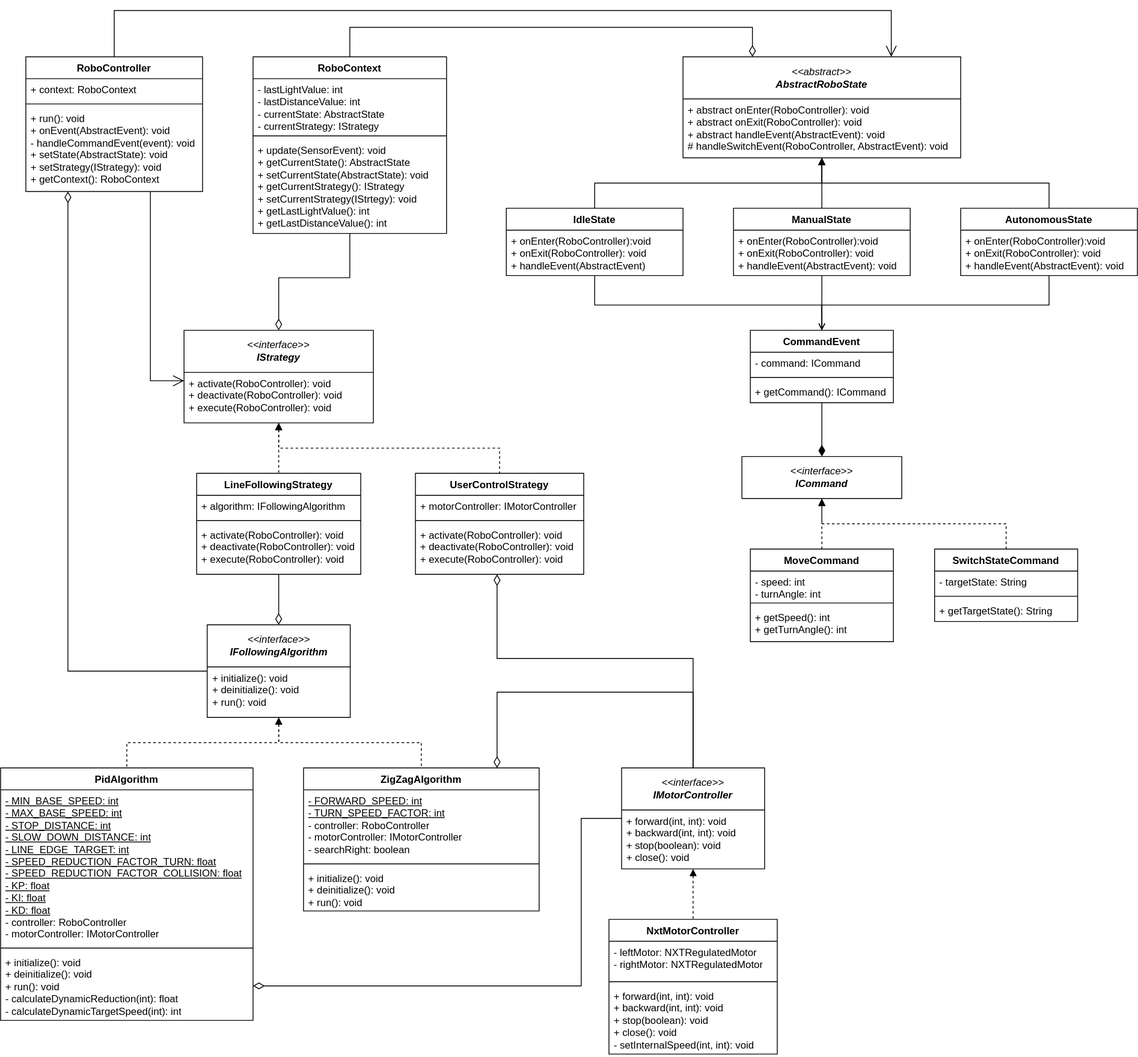
The draw.io diagram assets/diagrams/class-diagram/states-class-diagram.drawio.svg in fh-dualies/lejos-nxj-autonomous-robot, before a commit. Source tidied: cells renumbered, new cells last; positions are measured from the earlier drawing's top-left corner, leaving out a move shared by most shapes.
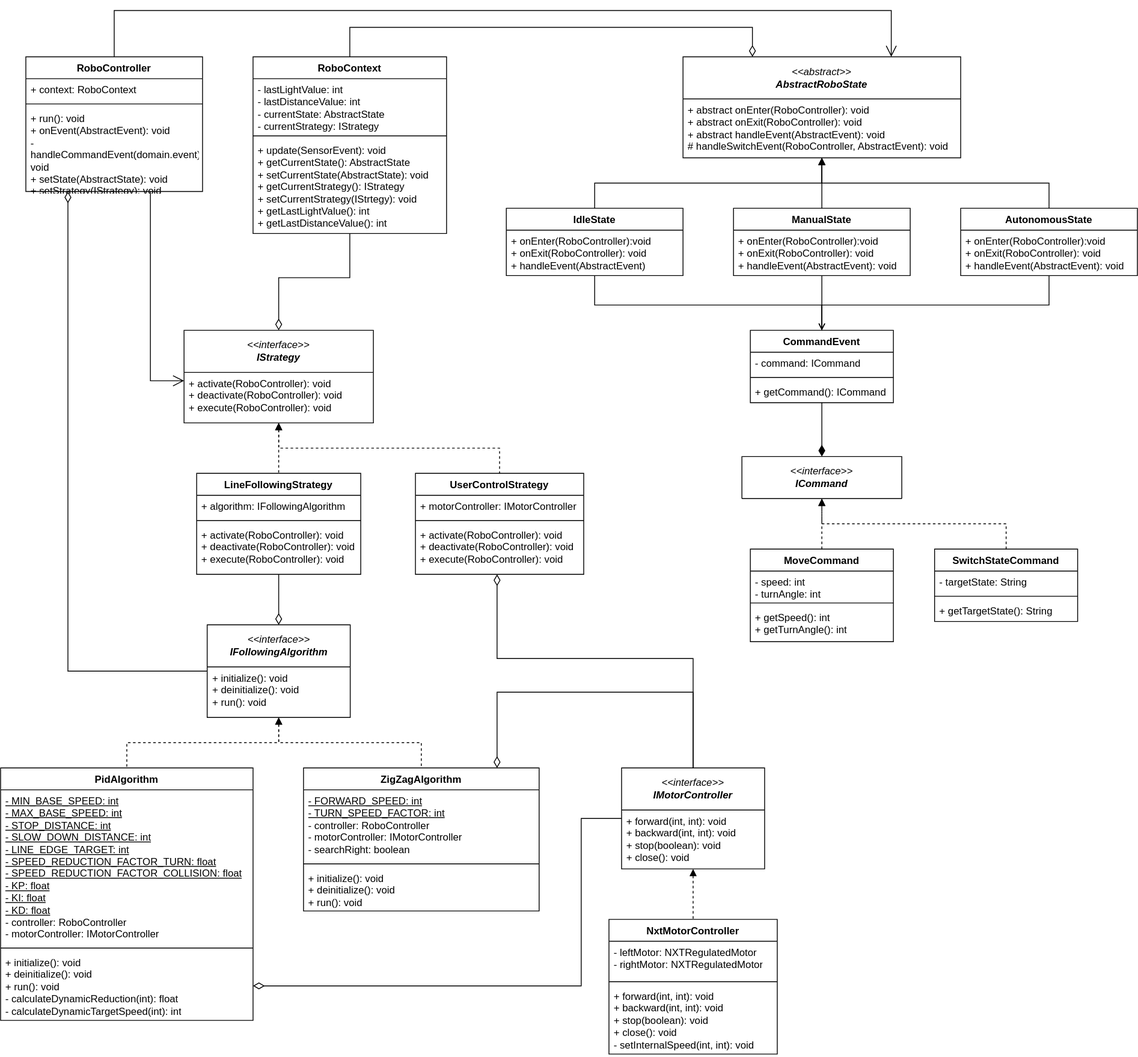
Above is the later version.

What changed in the source:
```diff
@@ -131,7 +131,7 @@
     <mxCell id="36" style="line;strokeWidth=1;fillColor=none;align=left;verticalAlign=middle;spacingTop=-1;spacingLeft=3;spacingRight=3;labelPosition=right;strokeColor=inherit;" parent="34" vertex="1">
       <mxGeometry y="52" width="210" height="8" as="geometry" />
     </mxCell>
-    <mxCell id="37" value="+ run(): void&lt;div&gt;+ onEvent(AbstractEvent): void&lt;/div&gt;&lt;div&gt;- handleCommandEvent(event): void&lt;/div&gt;&lt;div&gt;+ setState(AbstractState): void&lt;/div&gt;&lt;div&gt;+ setStrategy(IStrategy): void&lt;/div&gt;&lt;div&gt;+ getContext(): RoboContext&lt;/div&gt;" style="text;strokeColor=none;fillColor=none;align=left;verticalAlign=top;spacingLeft=4;spacingRight=4;overflow=hidden;whiteSpace=wrap;html=1;" parent="34" vertex="1">
+    <mxCell id="37" value="+ run(): void&lt;div&gt;+ onEvent(AbstractEvent): void&lt;/div&gt;&lt;div&gt;- handleCommandEvent(domain.event): void&lt;/div&gt;&lt;div&gt;+ setState(AbstractState): void&lt;/div&gt;&lt;div&gt;+ setStrategy(IStrategy): void&lt;/div&gt;&lt;div&gt;+ getContext(): RoboContext&lt;/div&gt;" style="text;strokeColor=none;fillColor=none;align=left;verticalAlign=top;spacingLeft=4;spacingRight=4;overflow=hidden;whiteSpace=wrap;html=1;" parent="34" vertex="1">
       <mxGeometry y="60" width="210" height="100" as="geometry" />
     </mxCell>
     <mxCell id="38" style="edgeStyle=orthogonalEdgeStyle;rounded=0;jettySize=auto;html=1;entryX=0.25;entryY=0;entryDx=0;entryDy=0;endArrow=diamondThin;endFill=0;endSize=11;startSize=11;" parent="1" edge="1" source="40" target="9">
```
